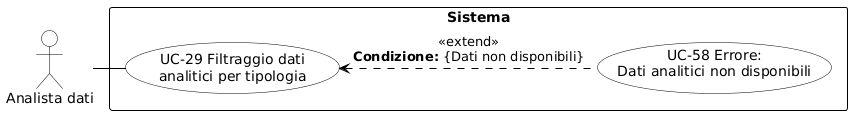
Above: RTB/Analisi dei Requisiti/diagrammi_use_case/UC-29.png in aLittleByte-19/Documentazione (PlantUML), before the change.
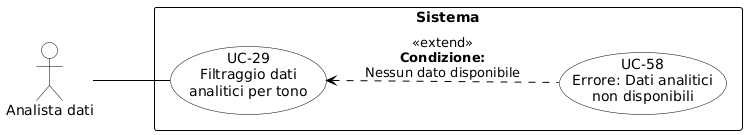
The same file after the commit.

Diff of the diagram source:
```diff
@@ -1,7 +1,9 @@
 @startuml
+skinparam shadowing false
 skinparam defaultFontName Arial
+left to right direction
 skinparam nodesep 25
-skinparam ranksep 45
+skinparam ranksep 75
 
 skinparam usecase {
     BackgroundColor white
@@ -17,15 +19,14 @@
     FontStyle bold
 }
 
-actor "Analista dati" as ActorAnalista
+actor "Analista dati" as AD
 
 rectangle "Sistema" {
-    usecase "UC-58 Errore:\nDati analitici non disponibili" as UC58
+    usecase "UC-29\nFiltraggio dati\nanalitici per tono" as UC29
+    usecase "UC-58\nErrore: Dati analitici\nnon disponibili" as UC58
 
-    usecase "UC-29 Filtraggio dati\nanalitici per tipologia" as UC29
+    UC58 .up.> UC29 : <<extend>>\n**Condizione:**\nNessun dato disponibile
 }
 
-ActorAnalista -right- UC29
-
-UC58 ..left..> UC29 : <<extend>>\n**Condizione:** {Dati non disponibili}
+AD -- UC29
 @enduml
```
